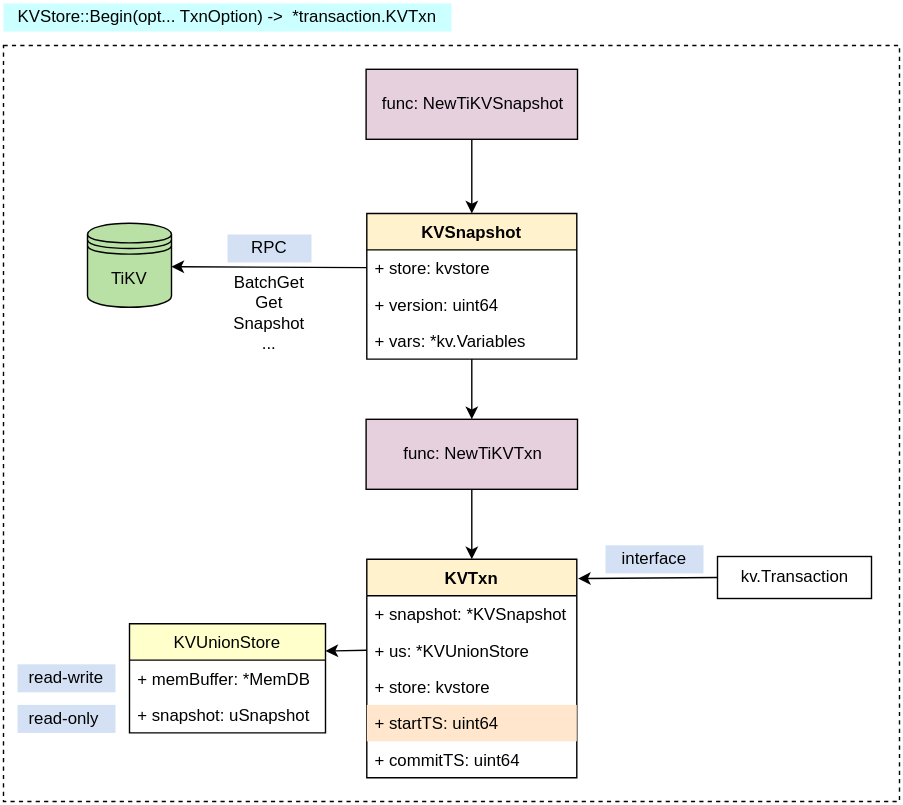
Earlier version of the draw.io export TiDB/tidb-transaction-4.svg (szza/szza.github.io.images). Source tidied: cells renumbered, new cells last; positions are measured from the earlier drawing's top-left corner, leaving out a move shared by most shapes.
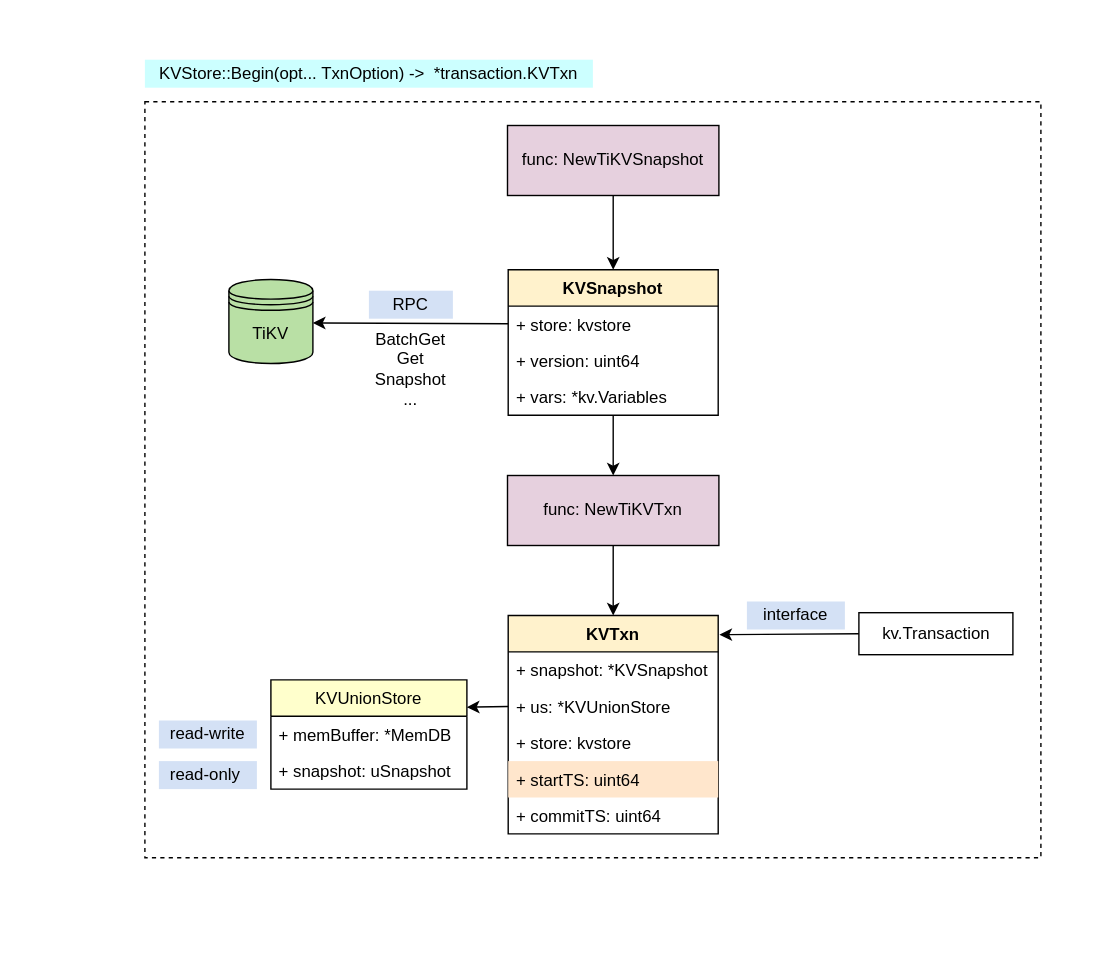
After the change.

Commit message:
update tidb transaction images

The edit, as a diff of the source:
```diff
@@ -100,5 +100,8 @@
     <mxCell id="32" style="rounded=0;whiteSpace=wrap;html=1;fillColor=none;dashed=1;" parent="1" vertex="1">
       <mxGeometry y="30" width="640" height="540" as="geometry" />
     </mxCell>
+    <mxCell id="33" style="rounded=1;whiteSpace=wrap;html=1;fillColor=none;strokeColor=none;" parent="1" vertex="1">
+      <mxGeometry x="-101" y="-40" width="790" height="680" as="geometry" />
+    </mxCell>
   </root>
 </mxGraphModel>
```
